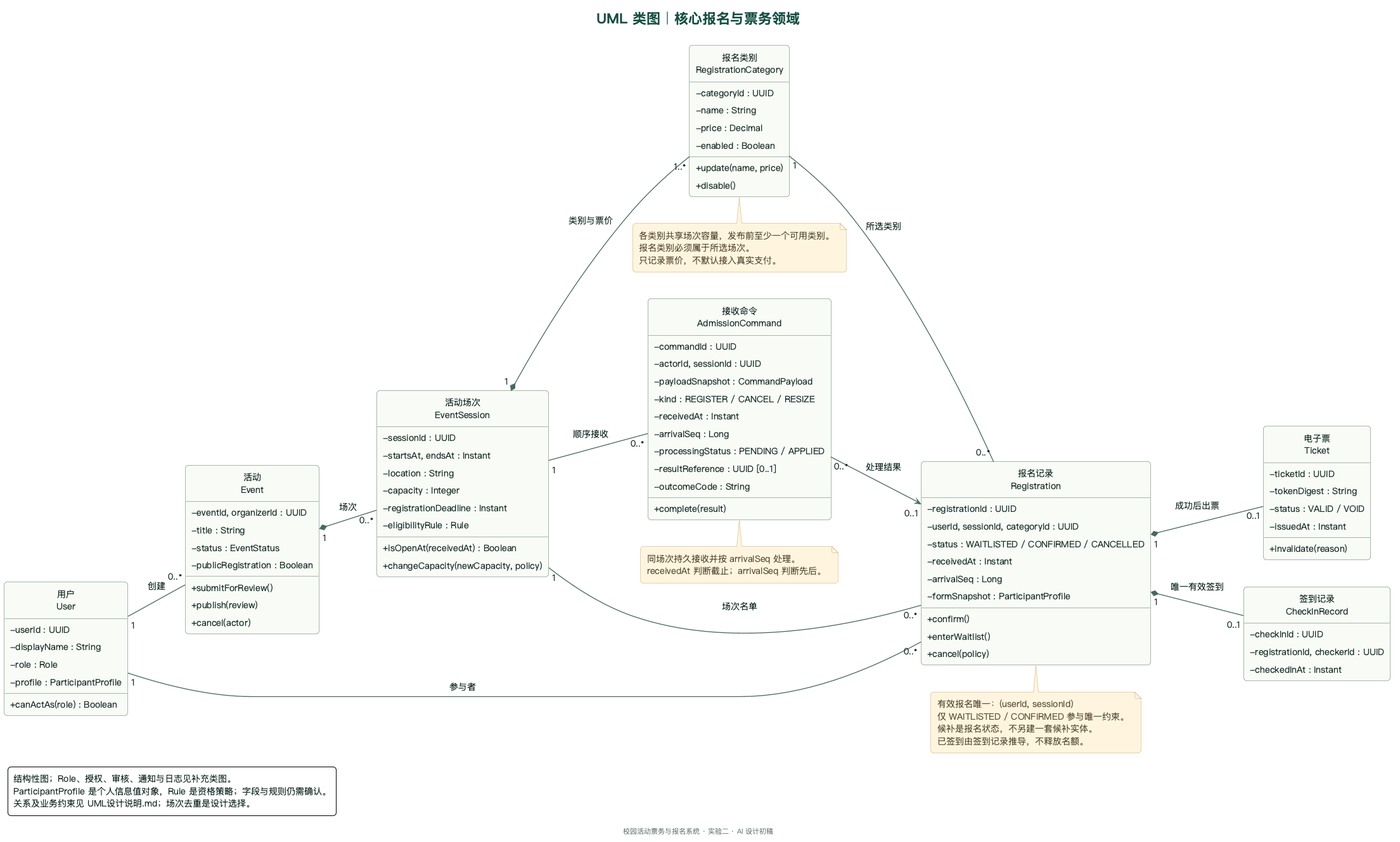
DyHamster/campus-event-registration keeps this PlantUML diagram as Lab_2/UML/01-UML类图.png. Above is the earlier version. Its diagram source:
```plantuml
@startuml
!pragma layout smetana
!include _style.iuml
title UML 类图｜核心报名与票务领域
left to right direction
hide circle
hide empty members

class "用户\nUser" as User {
  - userId : UUID
  - displayName : String
  - role : Role
  - profile : ParticipantProfile
  + canActAs(role) : Boolean
}
class "活动\nEvent" as Event {
  - eventId, organizerId : UUID
  - title : String
  - status : EventStatus
  - publicRegistration : Boolean
  + submitForReview()
  + publish(review)
  + cancel(actor)
}
class "活动场次\nEventSession" as Session {
  - sessionId : UUID
  - startsAt, endsAt : Instant
  - location : String
  - capacity : Integer
  - registrationDeadline : Instant
  - eligibilityRule : Rule
  + isOpenAt(receivedAt) : Boolean
  + changeCapacity(newCapacity, policy)
}
class "报名类别\nRegistrationCategory" as Category {
  - categoryId : UUID
  - name : String
  - price : Decimal
  - enabled : Boolean
  + update(name, price)
  + disable()
}
class "接收命令\nAdmissionCommand" as Command {
  - commandId : UUID
  - actorId, sessionId : UUID
  - payloadSnapshot : CommandPayload
  - kind : REGISTER / CANCEL / RESIZE
  - receivedAt : Instant
  - arrivalSeq : Long
  - processingStatus : PENDING / APPLIED
  - resultReference : UUID [0..1]
  - outcomeCode : String
  + complete(result)
}
class "报名记录\nRegistration" as Reg {
  - registrationId : UUID
  - userId, sessionId, categoryId : UUID
  - status : WAITLISTED / CONFIRMED / CANCELLED
  - receivedAt : Instant
  - arrivalSeq : Long
  - formSnapshot : ParticipantProfile
  + confirm()
  + enterWaitlist()
  + cancel(policy)
}
class "电子票\nTicket" as Ticket {
  - ticketId : UUID
  - tokenDigest : String
  - status : VALID / VOID
  - issuedAt : Instant
  + invalidate(reason)
}
class "签到记录\nCheckInRecord" as CheckIn {
  - checkInId : UUID
  - registrationId, checkerId : UUID
  - checkedInAt : Instant
}

User "1" -- "0..*" Event : 创建
Event "1" *-- "0..*" Session : 场次
Session "1" *-- "1..*" Category : 类别与票价
User "1" -- "0..*" Reg : 参与者
Session "1" -- "0..*" Reg : 场次名单
Category "1" -- "0..*" Reg : 所选类别
Session "1" -- "0..*" Command : 顺序接收
Command "0..*" --> "0..1" Reg : 处理结果
Reg "1" *-- "0..1" Ticket : 成功后出票
Reg "1" *-- "0..1" CheckIn : 唯一有效签到

note bottom of Reg
  有效报名唯一：(userId, sessionId)
  仅 WAITLISTED / CONFIRMED 参与唯一约束。
  候补是报名状态，不另建一套候补实体。
  已签到由签到记录推导，不释放名额。
end note
note bottom of Command
  同场次持久接收并按 arrivalSeq 处理。
  receivedAt 判断截止；arrivalSeq 判断先后。
end note
note bottom of Category
  各类别共享场次容量，发布前至少一个可用类别。
  报名类别必须属于所选场次。
  只记录票价，不默认接入真实支付。
end note
legend left
  结构性图；Role、授权、审核、通知与日志见补充类图。
  ParticipantProfile 是个人信息值对象，Rule 是资格策略；字段与规则仍需确认。
  关系及业务约束见 UML设计说明.md；场次去重是设计选择。
endlegend
@enduml
```
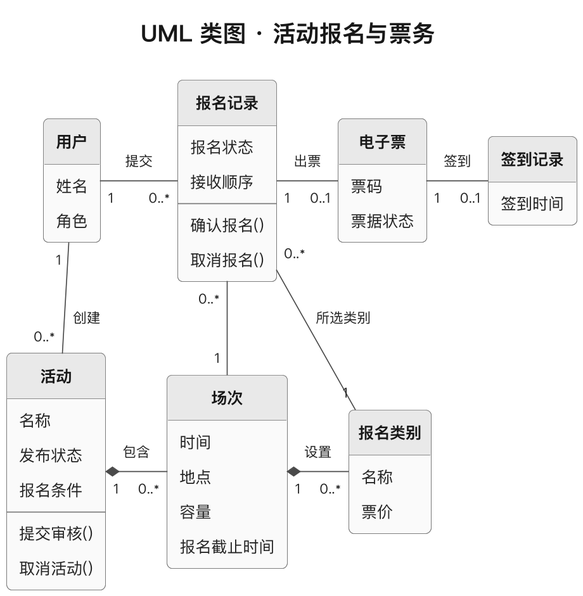
Later version of the same file.

Diff of the diagram source:
```diff
@@ -1,110 +1,59 @@
 @startuml
 !pragma layout smetana
 !include _style.iuml
-title UML 类图｜核心报名与票务领域
-left to right direction
+title UML 类图 · 活动报名与票务
 hide circle
-hide empty members
+hide empty methods
 
-class "用户\nUser" as User {
-  - userId : UUID
-  - displayName : String
-  - role : Role
-  - profile : ParticipantProfile
-  + canActAs(role) : Boolean
-}
-class "活动\nEvent" as Event {
-  - eventId, organizerId : UUID
-  - title : String
-  - status : EventStatus
-  - publicRegistration : Boolean
-  + submitForReview()
-  + publish(review)
-  + cancel(actor)
-}
-class "活动场次\nEventSession" as Session {
-  - sessionId : UUID
-  - startsAt, endsAt : Instant
-  - location : String
-  - capacity : Integer
-  - registrationDeadline : Instant
-  - eligibilityRule : Rule
-  + isOpenAt(receivedAt) : Boolean
-  + changeCapacity(newCapacity, policy)
-}
-class "报名类别\nRegistrationCategory" as Category {
-  - categoryId : UUID
-  - name : String
-  - price : Decimal
-  - enabled : Boolean
-  + update(name, price)
-  + disable()
-}
-class "接收命令\nAdmissionCommand" as Command {
-  - commandId : UUID
-  - actorId, sessionId : UUID
-  - payloadSnapshot : CommandPayload
-  - kind : REGISTER / CANCEL / RESIZE
-  - receivedAt : Instant
-  - arrivalSeq : Long
-  - processingStatus : PENDING / APPLIED
-  - resultReference : UUID [0..1]
-  - outcomeCode : String
-  + complete(result)
-}
-class "报名记录\nRegistration" as Reg {
-  - registrationId : UUID
-  - userId, sessionId, categoryId : UUID
-  - status : WAITLISTED / CONFIRMED / CANCELLED
-  - receivedAt : Instant
-  - arrivalSeq : Long
-  - formSnapshot : ParticipantProfile
-  + confirm()
-  + enterWaitlist()
-  + cancel(policy)
-}
-class "电子票\nTicket" as Ticket {
-  - ticketId : UUID
-  - tokenDigest : String
-  - status : VALID / VOID
-  - issuedAt : Instant
-  + invalidate(reason)
-}
-class "签到记录\nCheckInRecord" as CheckIn {
-  - checkInId : UUID
-  - registrationId, checkerId : UUID
-  - checkedInAt : Instant
+class "用户" as User {
+  姓名
+  角色
 }
 
-User "1" -- "0..*" Event : 创建
-Event "1" *-- "0..*" Session : 场次
-Session "1" *-- "1..*" Category : 类别与票价
-User "1" -- "0..*" Reg : 参与者
-Session "1" -- "0..*" Reg : 场次名单
-Category "1" -- "0..*" Reg : 所选类别
-Session "1" -- "0..*" Command : 顺序接收
-Command "0..*" --> "0..1" Reg : 处理结果
-Reg "1" *-- "0..1" Ticket : 成功后出票
-Reg "1" *-- "0..1" CheckIn : 唯一有效签到
+class "活动" as Event {
+  名称
+  发布状态
+  报名条件
+  --
+  提交审核()
+  取消活动()
+}
 
-note bottom of Reg
-  有效报名唯一：(userId, sessionId)
-  仅 WAITLISTED / CONFIRMED 参与唯一约束。
-  候补是报名状态，不另建一套候补实体。
-  已签到由签到记录推导，不释放名额。
-end note
-note bottom of Command
-  同场次持久接收并按 arrivalSeq 处理。
-  receivedAt 判断截止；arrivalSeq 判断先后。
-end note
-note bottom of Category
-  各类别共享场次容量，发布前至少一个可用类别。
-  报名类别必须属于所选场次。
-  只记录票价，不默认接入真实支付。
-end note
-legend left
-  结构性图；Role、授权、审核、通知与日志见补充类图。
-  ParticipantProfile 是个人信息值对象，Rule 是资格策略；字段与规则仍需确认。
-  关系及业务约束见 UML设计说明.md；场次去重是设计选择。
-endlegend
+class "场次" as Session {
+  时间
+  地点
+  容量
+  报名截止时间
+}
+
+class "报名类别" as Category {
+  名称
+  票价
+}
+
+class "报名记录" as Registration {
+  报名状态
+  接收顺序
+  --
+  确认报名()
+  取消报名()
+}
+
+class "电子票" as Ticket {
+  票码
+  票据状态
+}
+
+class "签到记录" as CheckIn {
+  签到时间
+}
+
+User "1" -down- "0..*" Event : 创建
+Event "1" *-right- "0..*" Session : 包含
+Session "1" *-right- "0..*" Category : 设置
+User "1" -right- "0..*" Registration : 提交
+Session "1" -up- "0..*" Registration
+Category "1" -up- "0..*" Registration : 所选类别
+Registration "1" -right- "0..1" Ticket : 出票
+Ticket "1" -right- "0..1" CheckIn : 签到
 @enduml
```
